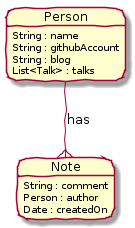
Earlier version of the PlantUML export assets/2019-03-14_spring-boot-graphql/model.png (040code/040code). Its diagram source:
```plantuml
@startuml
hide footbox
skinparam roundcorner 20
skinparam handwritten true
skinparam backgroundcolor transparent

skinparam note {
  FontName Impact
}


object Note {
    String : comment
    Person : author
    Date : createdOn
}

object Person {
    String : name
    String : githubAccount
    String : blog
    List<Talk> : talks
}


Person --{ Note : has
@enduml
```
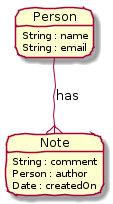
The same diagram one commit later.

Change to the diagram source:
```diff
@@ -17,9 +17,7 @@
 
 object Person {
     String : name
-    String : githubAccount
-    String : blog
-    List<Talk> : talks
+    String : email
 }
 
 
```
